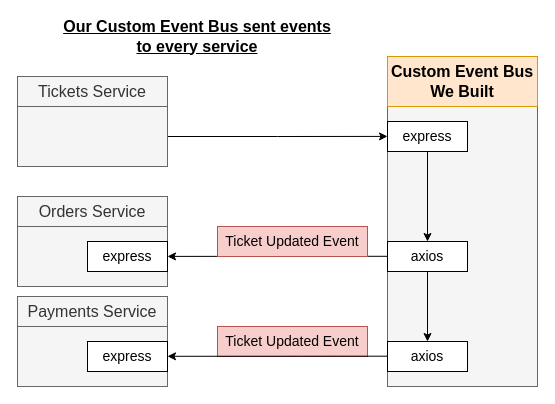
Earlier version of the draw.io diagram page "04 - chan" (8 of 19) of diagrams/05/11.drawio (HappySuzuki/microservices-cast). Source tidied: cells renumbered, new cells numbered last; positions are measured from the earlier drawing's top-left corner, leaving out a move shared by most shapes. Both pictures are drawn from the tidied source at 100%, with x=0, y=0 at pixel (17, 26).
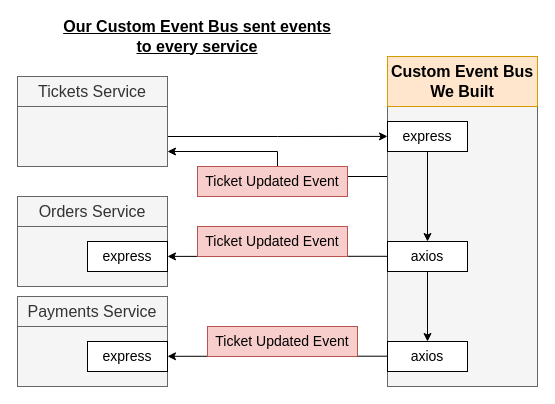
After the change.

Unchanged cells that the change refers to:
```xml
<mxCell id="5" style="rounded=0;whiteSpace=wrap;html=1;fillColor=#f5f5f5;strokeColor=#666666;fontColor=#333333;" parent="1" vertex="1">
  <mxGeometry y="80" width="150" height="60" as="geometry" />
</mxCell>
<mxCell id="6" style="rounded=0;whiteSpace=wrap;html=1;fillColor=#f5f5f5;strokeColor=#666666;fontColor=#333333;" parent="1" vertex="1">
  <mxGeometry x="370" y="80" width="150" height="280" as="geometry" />
</mxCell>
```

What changed in the source:
```diff
@@
+    <mxCell id="23" style="edgeStyle=orthogonalEdgeStyle;rounded=0;jettySize=auto;html=1;exitX=0;exitY=0.25;exitDx=0;exitDy=0;entryX=1;entryY=0.75;entryDx=0;entryDy=0;fontSize=21;" parent="1" edge="1" source="6" target="5">
+      <mxGeometry relative="1" as="geometry" />
+    </mxCell>
@@
     <mxCell id="9" value="Ticket Updated Event" style="rounded=0;whiteSpace=wrap;html=1;fontSize=14;fillColor=#f8cecc;strokeColor=#b85450;fontStyle=0;" parent="1" vertex="1">
-      <mxGeometry x="200" y="300" width="150" height="30" as="geometry" />
+      <mxGeometry x="180" y="200" width="150" height="30" as="geometry" />
     </mxCell>
@@
-    <mxCell id="22" value="Ticket Updated Event" style="rounded=0;whiteSpace=wrap;html=1;fontSize=14;fillColor=#f8cecc;strokeColor=#b85450;fontStyle=0;" parent="1" vertex="1">
-      <mxGeometry x="200" y="200" width="150" height="30" as="geometry" />
-    </mxCell>
+    <mxCell id="24" value="Ticket Updated Event" style="rounded=0;whiteSpace=wrap;html=1;fontSize=14;fillColor=#f8cecc;strokeColor=#b85450;fontStyle=0;" parent="1" vertex="1">
+      <mxGeometry x="190" y="300" width="150" height="30" as="geometry" />
+    </mxCell>
+    <mxCell id="25" value="Ticket Updated Event" style="rounded=0;whiteSpace=wrap;html=1;fontSize=14;fillColor=#f8cecc;strokeColor=#b85450;fontStyle=0;" parent="1" vertex="1">
+      <mxGeometry x="180" y="140" width="150" height="30" as="geometry" />
+    </mxCell>
```
